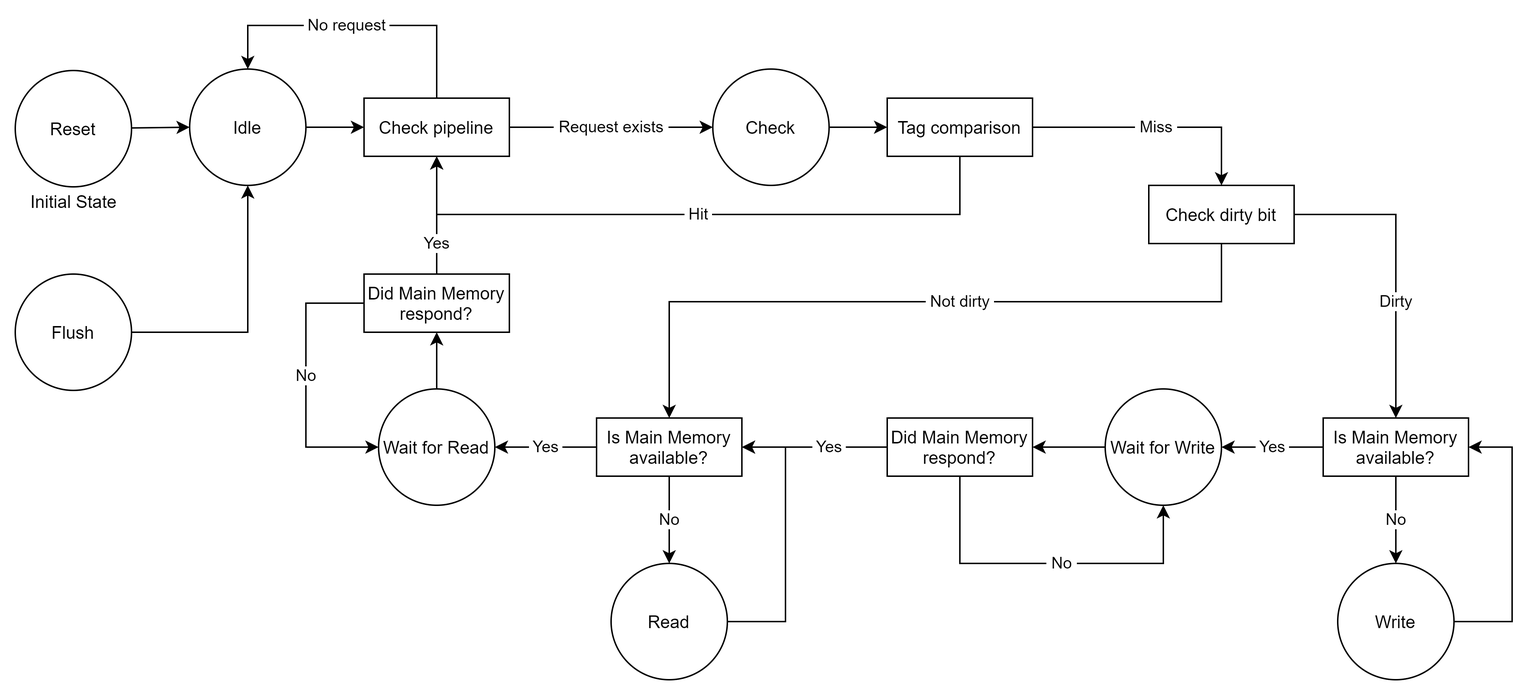
Before: images/state_diagram.png, a diagram exported from draw.io (VLSIDA/OpenCache). Source tidied: cells renumbered, new cells last; positions are measured from the earlier drawing's top-left corner, leaving out a move shared by most shapes.
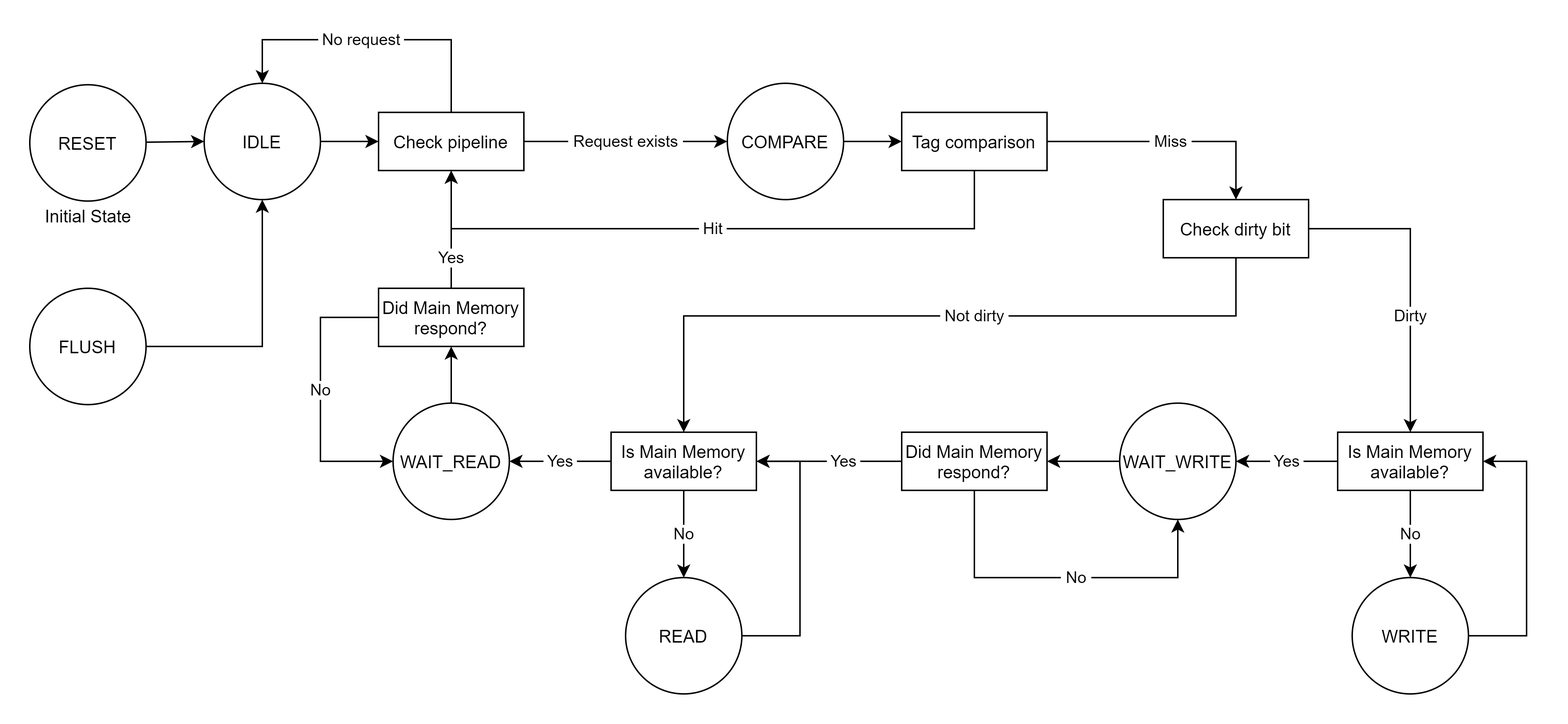
Above is the later version.

Commit message:
Update state diagram

What changed in the source:
```diff
@@ -5,7 +5,7 @@
     <mxCell id="2" style="edgeStyle=none;rounded=0;jettySize=auto;html=1;entryX=0;entryY=0.5;entryDx=0;entryDy=0;" parent="1" edge="1" source="3" target="6">
       <mxGeometry relative="1" as="geometry" />
     </mxCell>
-    <mxCell id="3" value="Reset" style="ellipse;whiteSpace=wrap;html=1;" parent="1" vertex="1">
+    <mxCell id="3" value="RESET" style="ellipse;whiteSpace=wrap;html=1;" parent="1" vertex="1">
       <mxGeometry y="31" width="80" height="80" as="geometry" />
     </mxCell>
     <mxCell id="4" value="&amp;nbsp;Request exists&amp;nbsp;" style="edgeStyle=orthogonalEdgeStyle;rounded=0;jettySize=auto;html=1;entryX=0;entryY=0.5;entryDx=0;entryDy=0;" parent="1" edge="1" source="11" target="8">
@@ -14,13 +14,13 @@
     <mxCell id="5" style="edgeStyle=orthogonalEdgeStyle;rounded=0;jettySize=auto;html=1;entryX=0;entryY=0.5;entryDx=0;entryDy=0;targetPerimeterSpacing=0;" parent="1" edge="1" source="6" target="11">
       <mxGeometry relative="1" as="geometry" />
     </mxCell>
-    <mxCell id="6" value="Idle" style="ellipse;whiteSpace=wrap;html=1;" parent="1" vertex="1">
+    <mxCell id="6" value="IDLE" style="ellipse;whiteSpace=wrap;html=1;" parent="1" vertex="1">
       <mxGeometry x="120" y="30" width="80" height="80" as="geometry" />
     </mxCell>
     <mxCell id="7" style="edgeStyle=orthogonalEdgeStyle;rounded=0;jettySize=auto;html=1;entryX=0;entryY=0.5;entryDx=0;entryDy=0;targetPerimeterSpacing=0;" parent="1" edge="1" source="8" target="14">
       <mxGeometry relative="1" as="geometry" />
     </mxCell>
-    <mxCell id="8" value="Check" style="ellipse;whiteSpace=wrap;html=1;" parent="1" vertex="1">
+    <mxCell id="8" value="COMPARE" style="ellipse;whiteSpace=wrap;html=1;" parent="1" vertex="1">
       <mxGeometry x="480" y="30" width="80" height="80" as="geometry" />
     </mxCell>
     <mxCell id="9" value="Initial State" style="text;html=1;align=center;verticalAlign=middle;strokeColor=none;" parent="1" vertex="1">
@@ -77,19 +77,19 @@
         </Array>
       </mxGeometry>
     </mxCell>
-    <mxCell id="19" value="Write" style="ellipse;whiteSpace=wrap;html=1;" parent="1" vertex="1">
+    <mxCell id="19" value="WRITE" style="ellipse;whiteSpace=wrap;html=1;" parent="1" vertex="1">
       <mxGeometry x="910" y="370" width="80" height="80" as="geometry" />
     </mxCell>
     <mxCell id="20" style="edgeStyle=orthogonalEdgeStyle;rounded=0;jettySize=auto;html=1;entryX=1;entryY=0.5;entryDx=0;entryDy=0;targetPerimeterSpacing=0;" parent="1" edge="1" source="21" target="37">
       <mxGeometry relative="1" as="geometry" />
     </mxCell>
-    <mxCell id="21" value="Wait for Write" style="ellipse;whiteSpace=wrap;html=1;" parent="1" vertex="1">
+    <mxCell id="21" value="WAIT_WRITE" style="ellipse;whiteSpace=wrap;html=1;" parent="1" vertex="1">
       <mxGeometry x="750" y="250" width="80" height="80" as="geometry" />
     </mxCell>
     <mxCell id="22" style="edgeStyle=orthogonalEdgeStyle;rounded=0;jettySize=auto;html=1;entryX=0.5;entryY=1;entryDx=0;entryDy=0;targetPerimeterSpacing=0;" parent="1" edge="1" source="23" target="34">
       <mxGeometry relative="1" as="geometry" />
     </mxCell>
-    <mxCell id="23" value="Wait for Read" style="ellipse;whiteSpace=wrap;html=1;" parent="1" vertex="1">
+    <mxCell id="23" value="WAIT_READ" style="ellipse;whiteSpace=wrap;html=1;" parent="1" vertex="1">
       <mxGeometry x="250" y="250" width="80" height="80" as="geometry" />
     </mxCell>
     <mxCell id="24" value="&amp;nbsp;Yes&amp;nbsp;" style="edgeStyle=orthogonalEdgeStyle;rounded=0;jettySize=auto;html=1;entryX=1;entryY=0.5;entryDx=0;entryDy=0;targetPerimeterSpacing=0;" parent="1" edge="1" source="26" target="21">
@@ -118,7 +118,7 @@
         </Array>
       </mxGeometry>
     </mxCell>
-    <mxCell id="31" value="Read" style="ellipse;whiteSpace=wrap;html=1;" parent="1" vertex="1">
+    <mxCell id="31" value="READ" style="ellipse;whiteSpace=wrap;html=1;" parent="1" vertex="1">
       <mxGeometry x="410" y="370" width="80" height="80" as="geometry" />
     </mxCell>
     <mxCell id="32" value="&amp;nbsp;No&amp;nbsp;" style="edgeStyle=orthogonalEdgeStyle;rounded=0;jettySize=auto;html=1;entryX=0;entryY=0.5;entryDx=0;entryDy=0;targetPerimeterSpacing=0;" parent="1" edge="1" source="34" target="23">
@@ -154,7 +154,7 @@
     <mxCell id="38" style="edgeStyle=orthogonalEdgeStyle;rounded=0;jettySize=auto;html=1;entryX=0.5;entryY=1;entryDx=0;entryDy=0;" parent="1" edge="1" source="39" target="6">
       <mxGeometry relative="1" as="geometry" />
     </mxCell>
-    <mxCell id="39" value="Flush" style="ellipse;whiteSpace=wrap;html=1;" parent="1" vertex="1">
+    <mxCell id="39" value="FLUSH" style="ellipse;whiteSpace=wrap;html=1;" parent="1" vertex="1">
       <mxGeometry y="171" width="80" height="80" as="geometry" />
     </mxCell>
   </root>
```
